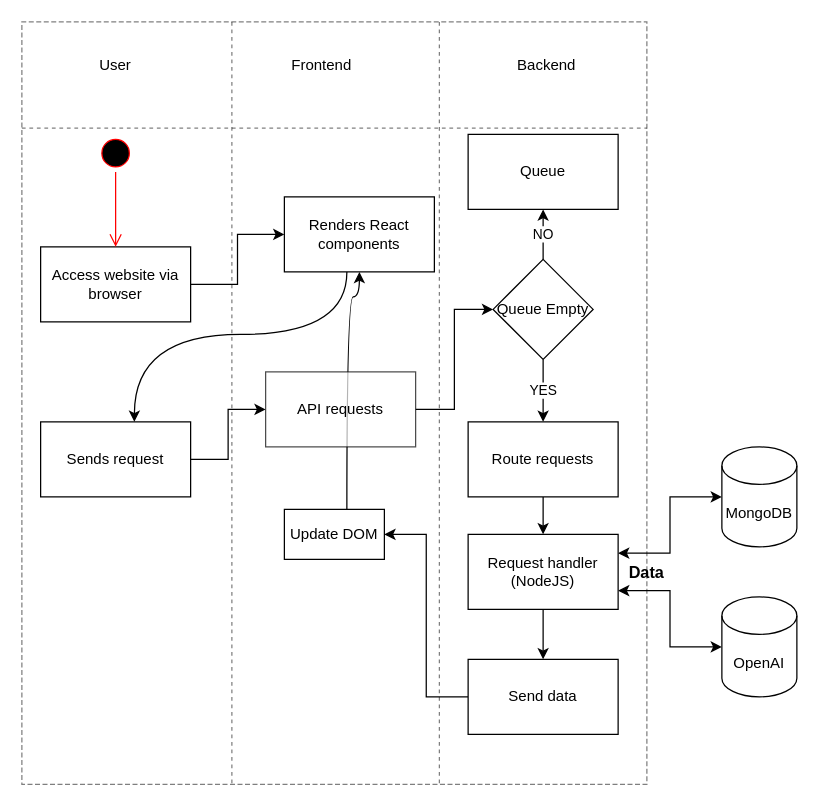
The draw.io diagram Reboundr_Process_workflow.drawio in naqeebali-shamsi/String-to-Color, before the edit. Source tidied: cells renumbered, new cells numbered last; positions are measured from the earlier drawing's top-left corner, leaving out a move shared by most shapes. Both pictures are drawn from the tidied source at 125%, with x=0, y=0 at pixel (21, 21).
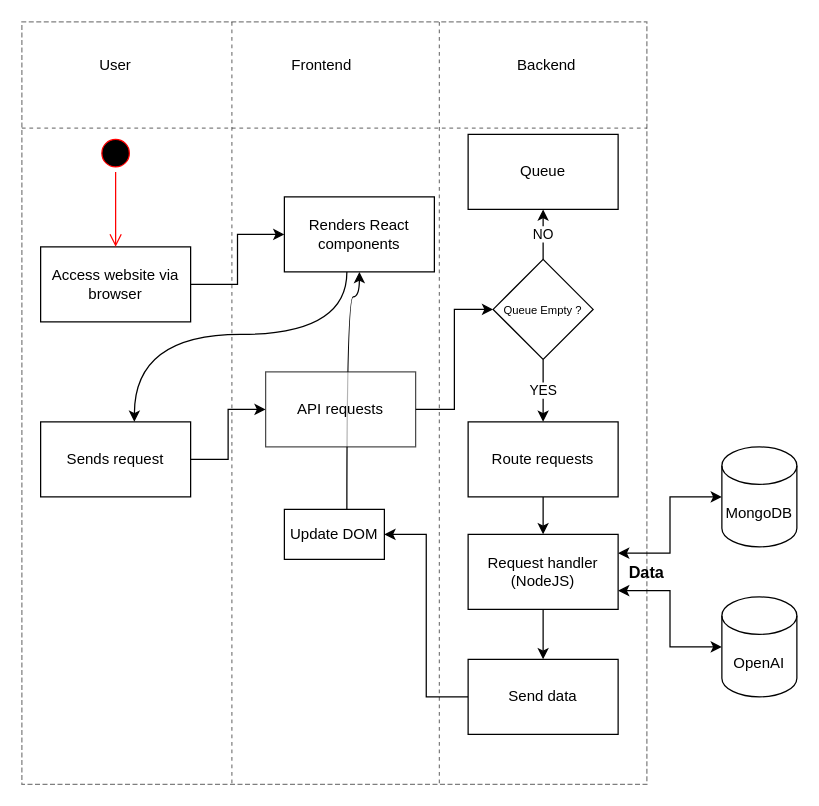
The same page after the edit.

Change to the diagram source:
```diff
@@
-    <mxCell id="27" value="Queue Empty" style="rhombus;whiteSpace=wrap;html=1;" parent="1" vertex="1">
+    <mxCell id="27" value="&lt;font style=&quot;font-size: 9px;&quot;&gt;Queue Empty ?&lt;/font&gt;" style="rhombus;whiteSpace=wrap;html=1;" parent="1" vertex="1">
       <mxGeometry x="377" y="190" width="80" height="80" as="geometry" />
     </mxCell>
```
